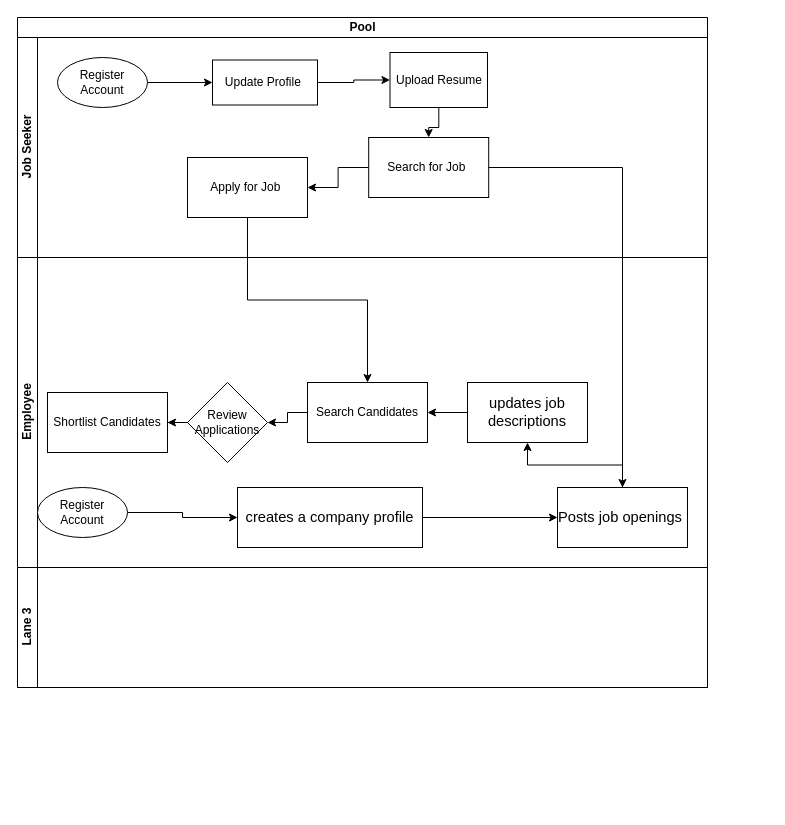
Above: Untitled Diagram.drawio in B-Kha/TestGit (draw.io), before the change. Source tidied: cells renumbered, new cells numbered last; positions are measured from the earlier drawing's top-left corner, leaving out a move shared by most shapes. Both pictures are drawn from the tidied source at 100%, with x=0, y=0 at pixel (17, 17).
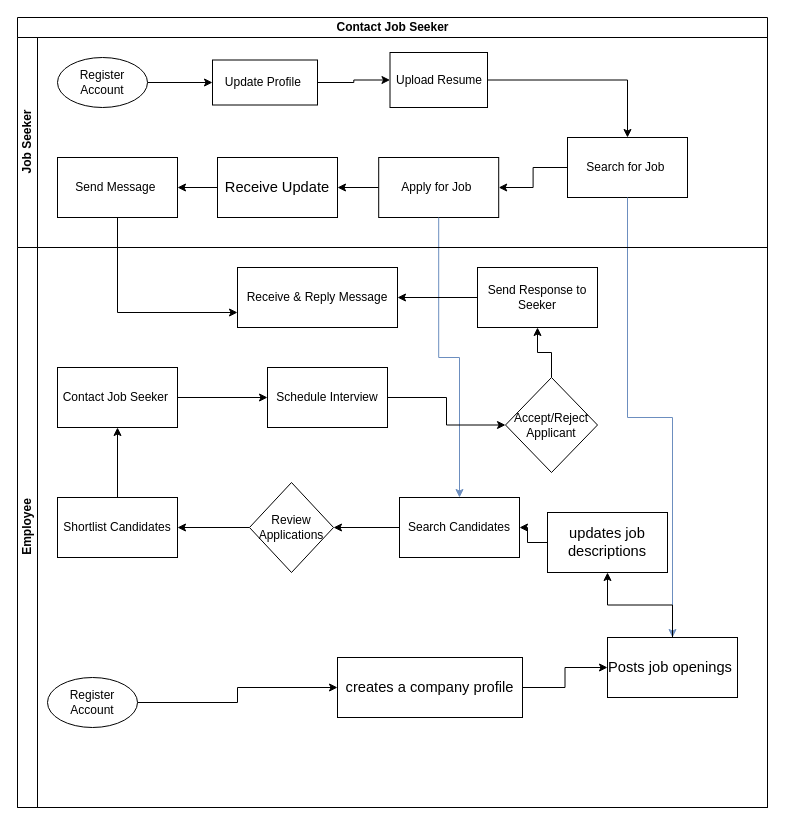
After the change.

What changed in the source:
```diff
@@
-    <mxCell id="2" value="Pool" style="swimlane;horizontal=1;startSize=20;html=1;" parent="1" vertex="1">
-      <mxGeometry width="690" height="670" as="geometry" />
+    <mxCell id="2" value="Contact Job Seeker" style="swimlane;horizontal=1;startSize=20;html=1;" parent="1" vertex="1">
+      <mxGeometry width="750" height="790" as="geometry" />
     </mxCell>
     <mxCell id="3" value="Job Seeker" style="swimlane;startSize=20;horizontal=0;html=1;direction=east;" parent="2" vertex="1">
-      <mxGeometry y="20" width="690" height="220" as="geometry" />
+      <mxGeometry y="20" width="750" height="210" as="geometry" />
     </mxCell>
@@
     <mxCell id="11" value="Search for Job&amp;nbsp;" style="whiteSpace=wrap;html=1;" parent="3" vertex="1">
-      <mxGeometry x="351.2" y="100" width="120" height="60" as="geometry" />
+      <mxGeometry x="550" y="100" width="120" height="60" as="geometry" />
     </mxCell>
+    <mxCell id="30" style="edgeStyle=orthogonalEdgeStyle;rounded=0;jettySize=auto;html=1;" parent="3" edge="1" source="12" target="32">
+      <mxGeometry relative="1" as="geometry" />
+    </mxCell>
     <mxCell id="12" value="Apply for Job&amp;nbsp;" style="whiteSpace=wrap;html=1;" parent="3" vertex="1">
-      <mxGeometry x="170" y="120" width="120" height="60" as="geometry" />
+      <mxGeometry x="361.2" y="120" width="120" height="60" as="geometry" />
     </mxCell>
+    <mxCell id="31" style="edgeStyle=orthogonalEdgeStyle;rounded=0;jettySize=auto;html=1;" parent="3" edge="1" source="32" target="33">
+      <mxGeometry relative="1" as="geometry" />
+    </mxCell>
+    <mxCell id="32" value="&lt;span style=&quot;font-size:11.0pt;line-height:&lt;br/&gt;115%;font-family:&amp;quot;Arial&amp;quot;,sans-serif;mso-ascii-theme-font:minor-latin;&lt;br/&gt;mso-fareast-font-family:&amp;quot;Yu Gothic&amp;quot;;mso-fareast-theme-font:minor-fareast;&lt;br/&gt;mso-hansi-theme-font:minor-latin;mso-bidi-theme-font:minor-latin;mso-ansi-language:&lt;br/&gt;VI;mso-fareast-language:JA;mso-bidi-language:AR-SA&quot; lang=&quot;VI&quot;&gt;Receive Update&lt;/span&gt;" style="whiteSpace=wrap;html=1;" parent="3" vertex="1">
+      <mxGeometry x="200" y="120" width="120" height="60" as="geometry" />
+    </mxCell>
+    <mxCell id="33" value="Send Message&amp;nbsp;" style="whiteSpace=wrap;html=1;" parent="3" vertex="1">
+      <mxGeometry x="40" y="120" width="120" height="60" as="geometry" />
+    </mxCell>
+    <mxCell id="28" style="edgeStyle=orthogonalEdgeStyle;rounded=0;jettySize=auto;html=1;fillColor=#dae8fc;strokeColor=#6c8ebf;" parent="2" edge="1" source="11" target="19">
+      <mxGeometry relative="1" as="geometry" />
+    </mxCell>
+    <mxCell id="29" style="edgeStyle=orthogonalEdgeStyle;rounded=0;jettySize=auto;html=1;fillColor=#dae8fc;strokeColor=#6c8ebf;" parent="2" edge="1" source="12" target="23">
+      <mxGeometry relative="1" as="geometry" />
+    </mxCell>
     <mxCell id="13" value="Employee" style="swimlane;startSize=20;horizontal=0;html=1;" parent="2" vertex="1">
-      <mxGeometry y="240" width="690" height="310" as="geometry" />
+      <mxGeometry y="230" width="750" height="560" as="geometry" />
     </mxCell>
@@
     <mxCell id="15" value="Register Account" style="ellipse;whiteSpace=wrap;html=1;" parent="13" vertex="1">
-      <mxGeometry x="20" y="230" width="90" height="50" as="geometry" />
+      <mxGeometry x="30" y="430" width="90" height="50" as="geometry" />
     </mxCell>
@@
     <mxCell id="17" value="&lt;span style=&quot;font-size:11.0pt;line-height:&lt;br/&gt;115%;font-family:&amp;quot;Arial&amp;quot;,sans-serif;mso-ascii-theme-font:minor-latin;&lt;br/&gt;mso-fareast-font-family:&amp;quot;Yu Gothic&amp;quot;;mso-fareast-theme-font:minor-fareast;&lt;br/&gt;mso-hansi-theme-font:minor-latin;mso-bidi-theme-font:minor-latin;mso-ansi-language:&lt;br/&gt;VI;mso-fareast-language:JA;mso-bidi-language:AR-SA&quot; lang=&quot;VI&quot;&gt;creates a company profile&lt;/span&gt;" style="whiteSpace=wrap;html=1;" parent="13" vertex="1">
-      <mxGeometry x="220" y="230" width="185" height="60" as="geometry" />
+      <mxGeometry x="320" y="410" width="185" height="60" as="geometry" />
     </mxCell>
@@
     <mxCell id="19" value="&lt;span style=&quot;font-size:11.0pt;line-height:&lt;br/&gt;115%;font-family:&amp;quot;Arial&amp;quot;,sans-serif;mso-ascii-theme-font:minor-latin;&lt;br/&gt;mso-fareast-font-family:&amp;quot;Yu Gothic&amp;quot;;mso-fareast-theme-font:minor-fareast;&lt;br/&gt;mso-hansi-theme-font:minor-latin;mso-bidi-theme-font:minor-latin;mso-ansi-language:&lt;br/&gt;VI;mso-fareast-language:JA;mso-bidi-language:AR-SA&quot; lang=&quot;VI&quot;&gt;Posts job openings&amp;nbsp;&lt;/span&gt;" style="whiteSpace=wrap;html=1;" parent="13" vertex="1">
-      <mxGeometry x="540" y="230" width="130" height="60" as="geometry" />
+      <mxGeometry x="590" y="390" width="130" height="60" as="geometry" />
     </mxCell>
@@
     <mxCell id="21" value="&lt;span style=&quot;font-size:11.0pt;line-height:&lt;br/&gt;115%;font-family:&amp;quot;Arial&amp;quot;,sans-serif;mso-ascii-theme-font:minor-latin;&lt;br/&gt;mso-fareast-font-family:&amp;quot;Yu Gothic&amp;quot;;mso-fareast-theme-font:minor-fareast;&lt;br/&gt;mso-hansi-theme-font:minor-latin;mso-bidi-theme-font:minor-latin;mso-ansi-language:&lt;br/&gt;VI;mso-fareast-language:JA;mso-bidi-language:AR-SA&quot; lang=&quot;VI&quot;&gt;updates job descriptions&lt;/span&gt;" style="whiteSpace=wrap;html=1;" parent="13" vertex="1">
-      <mxGeometry x="450" y="125" width="120" height="60" as="geometry" />
+      <mxGeometry x="530" y="265" width="120" height="60" as="geometry" />
     </mxCell>
@@
     <mxCell id="23" value="Search Candidates" style="whiteSpace=wrap;html=1;" parent="13" vertex="1">
-      <mxGeometry x="290" y="125" width="120" height="60" as="geometry" />
+      <mxGeometry x="382" y="250" width="120" height="60" as="geometry" />
     </mxCell>
@@
     <mxCell id="25" value="Review Applications" style="rhombus;whiteSpace=wrap;html=1;" parent="13" vertex="1">
-      <mxGeometry x="170" y="125" width="80" height="80" as="geometry" />
+      <mxGeometry x="232" y="235" width="84" height="90" as="geometry" />
     </mxCell>
+    <mxCell id="34" style="edgeStyle=orthogonalEdgeStyle;rounded=0;jettySize=auto;html=1;" parent="13" edge="1" source="26" target="36">
+      <mxGeometry relative="1" as="geometry" />
+    </mxCell>
     <mxCell id="26" value="Shortlist Candidates" style="whiteSpace=wrap;html=1;" parent="13" vertex="1">
-      <mxGeometry x="30" y="135" width="120" height="60" as="geometry" />
+      <mxGeometry x="40" y="250" width="120" height="60" as="geometry" />
     </mxCell>
-    <mxCell id="27" value="Lane 3" style="swimlane;startSize=20;horizontal=0;html=1;" parent="2" vertex="1">
-      <mxGeometry y="550" width="690" height="120" as="geometry" />
-    </mxCell>
-    <mxCell id="28" style="edgeStyle=orthogonalEdgeStyle;rounded=0;jettySize=auto;html=1;" parent="2" edge="1" source="11" target="19">
-      <mxGeometry relative="1" as="geometry" />
-    </mxCell>
-    <mxCell id="29" style="edgeStyle=orthogonalEdgeStyle;rounded=0;jettySize=auto;html=1;" parent="2" edge="1" source="12" target="23">
-      <mxGeometry relative="1" as="geometry" />
-    </mxCell>
+    <mxCell id="35" style="edgeStyle=orthogonalEdgeStyle;rounded=0;jettySize=auto;html=1;" parent="13" edge="1" source="36" target="38">
+      <mxGeometry relative="1" as="geometry" />
+    </mxCell>
+    <mxCell id="36" value="Contact Job Seeker&amp;nbsp;" style="whiteSpace=wrap;html=1;" parent="13" vertex="1">
+      <mxGeometry x="40" y="120" width="120" height="60" as="geometry" />
+    </mxCell>
+    <mxCell id="37" style="edgeStyle=orthogonalEdgeStyle;rounded=0;jettySize=auto;html=1;" parent="13" edge="1" source="38" target="40">
+      <mxGeometry relative="1" as="geometry" />
+    </mxCell>
+    <mxCell id="38" value="Schedule Interview" style="whiteSpace=wrap;html=1;" parent="13" vertex="1">
+      <mxGeometry x="250" y="120" width="120" height="60" as="geometry" />
+    </mxCell>
+    <mxCell id="39" style="edgeStyle=orthogonalEdgeStyle;rounded=0;jettySize=auto;html=1;" parent="13" edge="1" source="40" target="42">
+      <mxGeometry relative="1" as="geometry" />
+    </mxCell>
+    <mxCell id="40" value="Accept/Reject Applicant" style="rhombus;whiteSpace=wrap;html=1;" parent="13" vertex="1">
+      <mxGeometry x="488" y="130" width="92" height="95" as="geometry" />
+    </mxCell>
+    <mxCell id="41" style="edgeStyle=orthogonalEdgeStyle;rounded=0;jettySize=auto;html=1;" parent="13" edge="1" source="42" target="43">
+      <mxGeometry relative="1" as="geometry" />
+    </mxCell>
+    <mxCell id="42" value="Send Response to Seeker" style="whiteSpace=wrap;html=1;" parent="13" vertex="1">
+      <mxGeometry x="460" y="20" width="120" height="60" as="geometry" />
+    </mxCell>
+    <mxCell id="43" value="Receive &amp;amp; Reply Message" style="whiteSpace=wrap;html=1;" parent="13" vertex="1">
+      <mxGeometry x="220" y="20" width="160" height="60" as="geometry" />
+    </mxCell>
+    <mxCell id="44" style="edgeStyle=orthogonalEdgeStyle;rounded=0;jettySize=auto;html=1;exitX=0.5;exitY=1;exitDx=0;exitDy=0;entryX=0;entryY=0.75;entryDx=0;entryDy=0;" parent="2" edge="1" source="33" target="43">
+      <mxGeometry relative="1" as="geometry" />
+    </mxCell>
```
